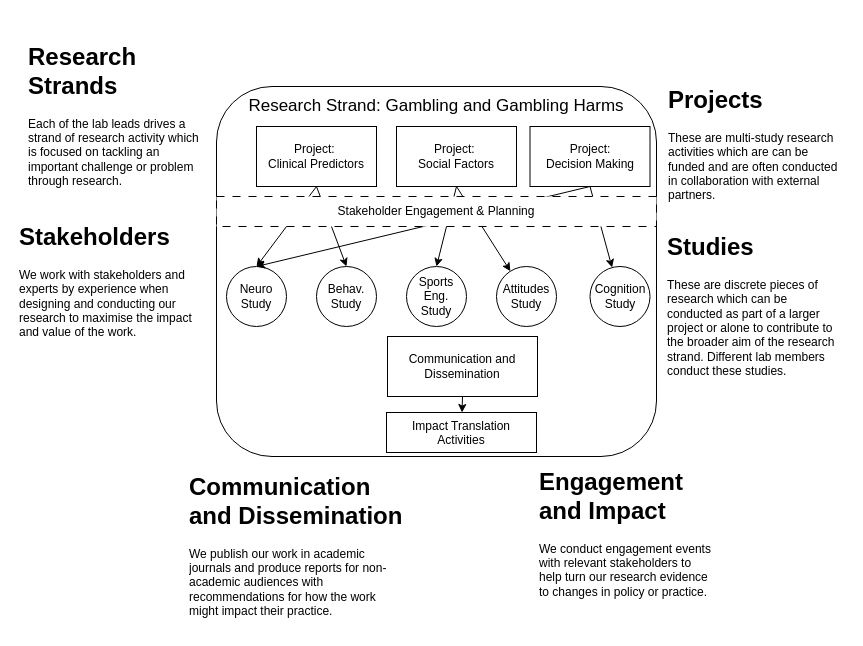
Above: images/Project_structure.drawio in mindlab-tees/mindlab-tees.github.io (draw.io), before the change. Source tidied: cells renumbered, new cells numbered last; positions are measured from the earlier drawing's top-left corner, leaving out a move shared by most shapes. Both pictures are drawn from the tidied source at 100%, with x=0, y=0 at pixel (17, 36).
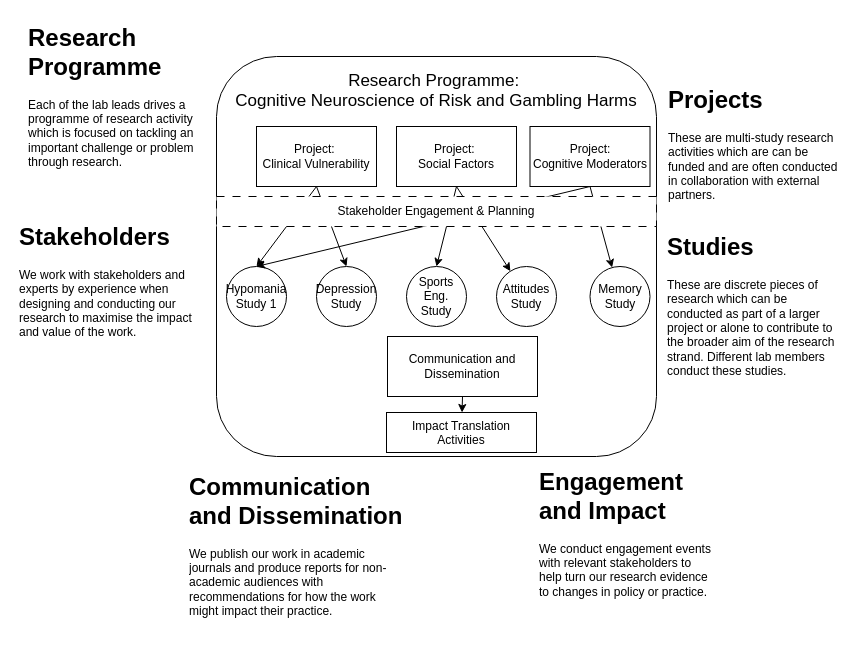
The same page after the edit.

The edit, as a diff of the source:
```diff
@@
-    <mxCell id="3" value="&lt;font style=&quot;font-size: 17px;&quot;&gt;Research Strand: Gambling and Gambling Harms&lt;/font&gt;&lt;div&gt;&lt;br&gt;&lt;/div&gt;&lt;div&gt;&lt;br&gt;&lt;/div&gt;&lt;div&gt;&lt;br&gt;&lt;/div&gt;&lt;div&gt;&lt;br&gt;&lt;/div&gt;&lt;div&gt;&lt;br&gt;&lt;/div&gt;&lt;div&gt;&lt;br&gt;&lt;/div&gt;&lt;div&gt;&lt;br&gt;&lt;/div&gt;&lt;div&gt;&lt;br&gt;&lt;/div&gt;&lt;div&gt;&lt;br&gt;&lt;/div&gt;&lt;div&gt;&lt;br&gt;&lt;/div&gt;&lt;div&gt;&lt;br&gt;&lt;/div&gt;&lt;div&gt;&lt;br&gt;&lt;/div&gt;&lt;div&gt;&lt;br&gt;&lt;/div&gt;&lt;div&gt;&lt;br&gt;&lt;/div&gt;&lt;div&gt;&lt;br&gt;&lt;/div&gt;&lt;div&gt;&lt;br&gt;&lt;/div&gt;&lt;div&gt;&lt;br&gt;&lt;/div&gt;&lt;div&gt;&lt;br&gt;&lt;/div&gt;&lt;div&gt;&lt;br&gt;&lt;/div&gt;&lt;div&gt;&lt;br&gt;&lt;/div&gt;&lt;div&gt;&lt;br&gt;&lt;/div&gt;&lt;div&gt;&lt;br&gt;&lt;/div&gt;&lt;div&gt;&lt;br&gt;&lt;/div&gt;" style="rounded=1;whiteSpace=wrap;html=1;" parent="1" vertex="1">
-      <mxGeometry x="199" y="50" width="440" height="370" as="geometry" />
+    <mxCell id="3" value="&lt;font style=&quot;font-size: 17px;&quot;&gt;Research Programme:&amp;nbsp;&lt;/font&gt;&lt;div&gt;&lt;font style=&quot;font-size: 17px;&quot;&gt;Cognitive Neuroscience of Risk and Gambling Harms&lt;/font&gt;&lt;div&gt;&lt;br&gt;&lt;/div&gt;&lt;div&gt;&lt;br&gt;&lt;/div&gt;&lt;div&gt;&lt;br&gt;&lt;/div&gt;&lt;div&gt;&lt;br&gt;&lt;/div&gt;&lt;div&gt;&lt;br&gt;&lt;/div&gt;&lt;div&gt;&lt;br&gt;&lt;/div&gt;&lt;div&gt;&lt;br&gt;&lt;/div&gt;&lt;div&gt;&lt;br&gt;&lt;/div&gt;&lt;div&gt;&lt;br&gt;&lt;/div&gt;&lt;div&gt;&lt;br&gt;&lt;/div&gt;&lt;div&gt;&lt;br&gt;&lt;/div&gt;&lt;div&gt;&lt;br&gt;&lt;/div&gt;&lt;div&gt;&lt;br&gt;&lt;/div&gt;&lt;div&gt;&lt;br&gt;&lt;/div&gt;&lt;div&gt;&lt;br&gt;&lt;/div&gt;&lt;div&gt;&lt;br&gt;&lt;/div&gt;&lt;div&gt;&lt;br&gt;&lt;/div&gt;&lt;div&gt;&lt;br&gt;&lt;/div&gt;&lt;div&gt;&lt;br&gt;&lt;/div&gt;&lt;div&gt;&lt;br&gt;&lt;/div&gt;&lt;div&gt;&lt;br&gt;&lt;/div&gt;&lt;div&gt;&lt;br&gt;&lt;/div&gt;&lt;div&gt;&lt;br&gt;&lt;/div&gt;&lt;/div&gt;" style="rounded=1;whiteSpace=wrap;html=1;" parent="1" vertex="1">
+      <mxGeometry x="199" y="20" width="440" height="400" as="geometry" />
     </mxCell>
@@
-    <mxCell id="5" value="Neuro&lt;div&gt;Study&lt;/div&gt;" style="ellipse;whiteSpace=wrap;html=1;" parent="1" vertex="1">
+    <mxCell id="5" value="Hypomania&lt;div&gt;Study 1&lt;/div&gt;" style="ellipse;whiteSpace=wrap;html=1;" parent="1" vertex="1">
       <mxGeometry x="209" y="230" width="60" height="60" as="geometry" />
     </mxCell>
-    <mxCell id="6" value="Project:&amp;nbsp;&lt;div&gt;Clinical Predictors&lt;/div&gt;" style="rounded=0;whiteSpace=wrap;html=1;" parent="1" vertex="1">
+    <mxCell id="6" value="Project:&amp;nbsp;&lt;div&gt;Clinical Vulnerability&lt;/div&gt;" style="rounded=0;whiteSpace=wrap;html=1;" parent="1" vertex="1">
       <mxGeometry x="239" y="90" width="120" height="60" as="geometry" />
     </mxCell>
-    <mxCell id="7" value="&lt;div&gt;Behav.&lt;/div&gt;Study" style="ellipse;whiteSpace=wrap;html=1;" parent="1" vertex="1">
+    <mxCell id="7" value="&lt;div&gt;&lt;span style=&quot;background-color: transparent; color: light-dark(rgb(0, 0, 0), rgb(255, 255, 255));&quot;&gt;Depression&lt;/span&gt;&lt;/div&gt;&lt;div&gt;&lt;span style=&quot;background-color: transparent; color: light-dark(rgb(0, 0, 0), rgb(255, 255, 255));&quot;&gt;Study&lt;/span&gt;&lt;/div&gt;" style="ellipse;whiteSpace=wrap;html=1;" parent="1" vertex="1">
       <mxGeometry x="299" y="230" width="60" height="60" as="geometry" />
     </mxCell>
@@
-    <mxCell id="13" value="Cognition Study" style="ellipse;whiteSpace=wrap;html=1;" parent="1" vertex="1">
+    <mxCell id="13" value="Memory&lt;div&gt;Study&lt;/div&gt;" style="ellipse;whiteSpace=wrap;html=1;" parent="1" vertex="1">
       <mxGeometry x="572.5" y="230" width="60" height="60" as="geometry" />
     </mxCell>
@@
-    <mxCell id="20" value="&lt;h1 style=&quot;margin-top: 0px;&quot;&gt;Research Strands&lt;/h1&gt;&lt;p&gt;Each of the lab leads drives a strand of research activity which is focused on tackling an important challenge or problem through research.&lt;/p&gt;" style="text;html=1;whiteSpace=wrap;overflow=hidden;rounded=0;" parent="1" vertex="1">
-      <mxGeometry x="9" width="180" height="160" as="geometry" />
+    <mxCell id="20" value="&lt;h1 style=&quot;margin-top: 0px;&quot;&gt;Research Programme&lt;/h1&gt;&lt;p&gt;Each of the lab leads drives a programme of research activity which is focused on tackling an important challenge or problem through research.&lt;/p&gt;" style="text;html=1;whiteSpace=wrap;overflow=hidden;rounded=0;" parent="1" vertex="1">
+      <mxGeometry x="9" y="-19" width="180" height="160" as="geometry" />
     </mxCell>
@@
-    <mxCell id="23" value="Project:&lt;div&gt;Decision Making&lt;/div&gt;" style="rounded=0;whiteSpace=wrap;html=1;" parent="1" vertex="1">
+    <mxCell id="23" value="Project:&lt;div&gt;Cognitive Moderators&lt;/div&gt;" style="rounded=0;whiteSpace=wrap;html=1;" parent="1" vertex="1">
       <mxGeometry x="512.5" y="90" width="120" height="60" as="geometry" />
     </mxCell>
```
